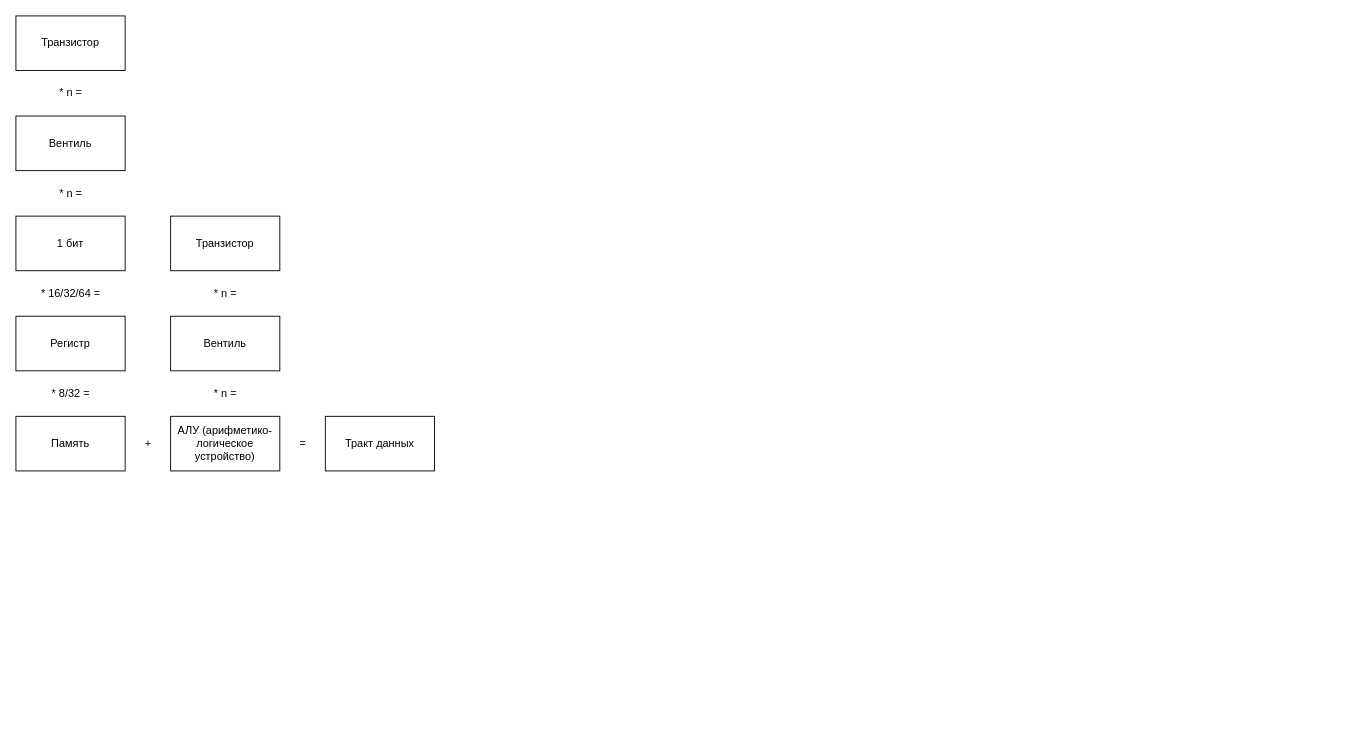
dorozhkoanton/drawios keeps this draw.io diagram as Based.drawio. Above is the earlier version. Source tidied: cells renumbered, new cells numbered last; positions are measured from the earlier drawing's top-left corner, leaving out a move shared by most shapes. Both pictures are drawn from the tidied source at 91%, with x=0, y=0 at pixel (15, 15).
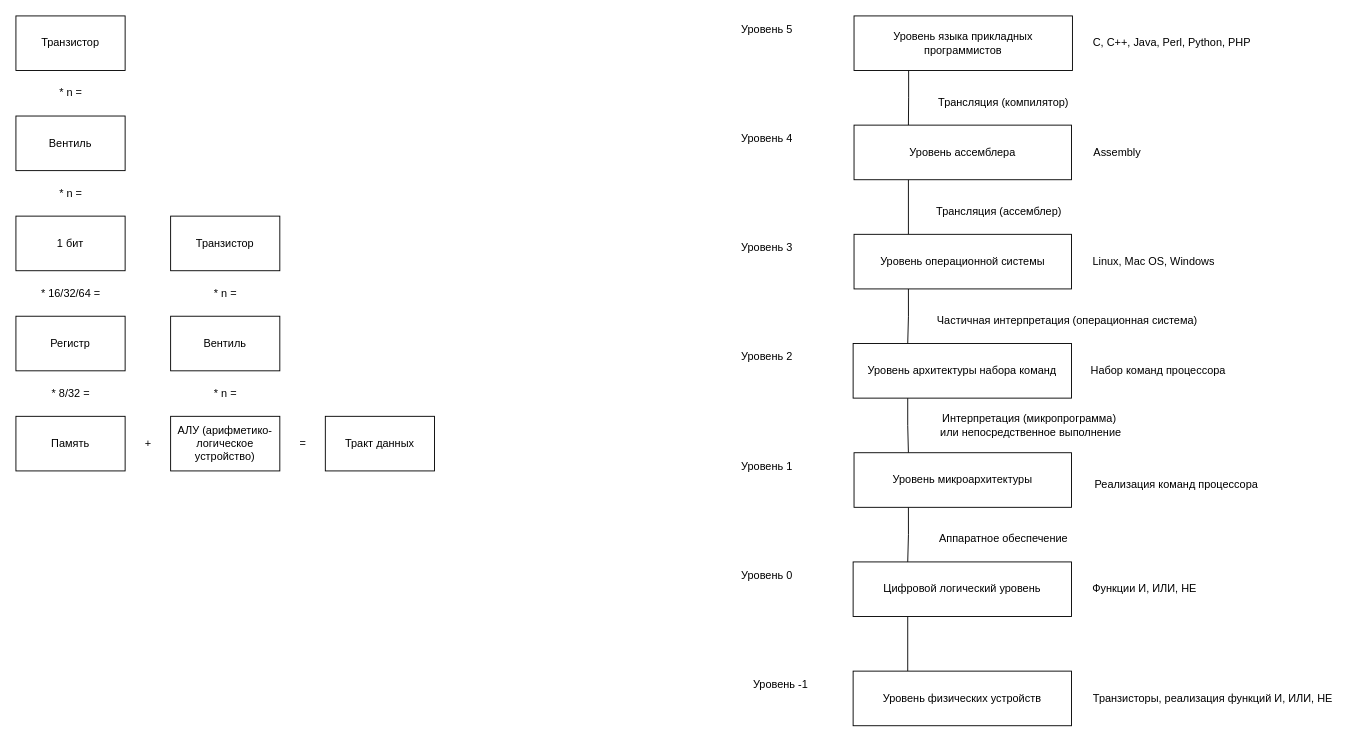
The same page after the edit.

The edit, as a diff of the source:
```diff
@@
+    <mxCell id="19" style="edgeStyle=orthogonalEdgeStyle;rounded=0;jettySize=auto;html=1;exitX=0.25;exitY=1;exitDx=0;exitDy=0;entryX=0.25;entryY=0;entryDx=0;entryDy=0;endArrow=none;endFill=0;" parent="1" edge="1" source="20" target="22">
+      <mxGeometry relative="1" as="geometry" />
+    </mxCell>
+    <mxCell id="20" value="Уровень языка прикладных программистов" style="whiteSpace=wrap;html=1;" parent="1" vertex="1">
+      <mxGeometry x="921" width="240" height="60" as="geometry" />
+    </mxCell>
+    <mxCell id="21" style="edgeStyle=orthogonalEdgeStyle;rounded=0;jettySize=auto;html=1;exitX=0.25;exitY=1;exitDx=0;exitDy=0;entryX=0.25;entryY=0;entryDx=0;entryDy=0;endArrow=none;endFill=0;" parent="1" edge="1" source="22" target="24">
+      <mxGeometry relative="1" as="geometry" />
+    </mxCell>
+    <mxCell id="22" value="Уровень ассемблера" style="whiteSpace=wrap;html=1;" parent="1" vertex="1">
+      <mxGeometry x="921" y="120" width="239" height="60" as="geometry" />
+    </mxCell>
+    <mxCell id="23" style="edgeStyle=orthogonalEdgeStyle;rounded=0;jettySize=auto;html=1;exitX=0.25;exitY=1;exitDx=0;exitDy=0;entryX=0.25;entryY=0;entryDx=0;entryDy=0;endArrow=none;endFill=0;" parent="1" edge="1" source="24" target="26">
+      <mxGeometry relative="1" as="geometry" />
+    </mxCell>
+    <mxCell id="24" value="Уровень операционной системы" style="whiteSpace=wrap;html=1;" parent="1" vertex="1">
+      <mxGeometry x="921" y="240" width="239" height="60" as="geometry" />
+    </mxCell>
+    <mxCell id="25" style="edgeStyle=orthogonalEdgeStyle;rounded=0;jettySize=auto;html=1;exitX=0.25;exitY=1;exitDx=0;exitDy=0;entryX=0.25;entryY=0;entryDx=0;entryDy=0;endArrow=none;endFill=0;" parent="1" edge="1" source="26" target="28">
+      <mxGeometry relative="1" as="geometry" />
+    </mxCell>
+    <mxCell id="26" value="Уровень архитектуры набора команд" style="whiteSpace=wrap;html=1;" parent="1" vertex="1">
+      <mxGeometry x="920" y="360" width="240" height="60" as="geometry" />
+    </mxCell>
+    <mxCell id="27" style="edgeStyle=orthogonalEdgeStyle;rounded=0;jettySize=auto;html=1;exitX=0.25;exitY=1;exitDx=0;exitDy=0;entryX=0.25;entryY=0;entryDx=0;entryDy=0;endArrow=none;endFill=0;" parent="1" edge="1" source="28" target="30">
+      <mxGeometry relative="1" as="geometry" />
+    </mxCell>
+    <mxCell id="28" value="Уровень микроархитектуры" style="whiteSpace=wrap;html=1;" parent="1" vertex="1">
+      <mxGeometry x="921" y="480" width="239" height="60" as="geometry" />
+    </mxCell>
+    <mxCell id="29" style="edgeStyle=orthogonalEdgeStyle;rounded=0;jettySize=auto;html=1;exitX=0.25;exitY=1;exitDx=0;exitDy=0;entryX=0.25;entryY=0;entryDx=0;entryDy=0;endArrow=none;endFill=0;" parent="1" edge="1" source="30" target="48">
+      <mxGeometry relative="1" as="geometry" />
+    </mxCell>
+    <mxCell id="30" value="Цифровой логический уровень" style="whiteSpace=wrap;html=1;" parent="1" vertex="1">
+      <mxGeometry x="920" y="600" width="240" height="60" as="geometry" />
+    </mxCell>
+    <mxCell id="31" value="Уровень 5" style="text;html=1;align=center;verticalAlign=middle;strokeColor=none;fillColor=none;" parent="1" vertex="1">
+      <mxGeometry x="785" width="80" height="30" as="geometry" />
+    </mxCell>
+    <mxCell id="32" value="Уровень 4" style="text;html=1;align=center;verticalAlign=middle;strokeColor=none;fillColor=none;" parent="1" vertex="1">
+      <mxGeometry x="785" y="120" width="80" height="30" as="geometry" />
+    </mxCell>
+    <mxCell id="33" value="Уровень 3" style="text;html=1;align=center;verticalAlign=middle;strokeColor=none;fillColor=none;" parent="1" vertex="1">
+      <mxGeometry x="785" y="240" width="80" height="30" as="geometry" />
+    </mxCell>
+    <mxCell id="34" value="Уровень 2" style="text;html=1;align=center;verticalAlign=middle;strokeColor=none;fillColor=none;" parent="1" vertex="1">
+      <mxGeometry x="785" y="360" width="80" height="30" as="geometry" />
+    </mxCell>
+    <mxCell id="35" value="Уровень 1" style="text;html=1;align=center;verticalAlign=middle;strokeColor=none;fillColor=none;" parent="1" vertex="1">
+      <mxGeometry x="785" y="480" width="80" height="30" as="geometry" />
+    </mxCell>
+    <mxCell id="36" value="Уровень 0" style="text;html=1;align=center;verticalAlign=middle;strokeColor=none;fillColor=none;" parent="1" vertex="1">
+      <mxGeometry x="785" y="600" width="80" height="30" as="geometry" />
+    </mxCell>
+    <mxCell id="37" value="Трансляция (компилятор)" style="text;html=1;align=center;verticalAlign=middle;strokeColor=none;fillColor=none;" parent="1" vertex="1">
+      <mxGeometry x="1000" y="80" width="170" height="30" as="geometry" />
+    </mxCell>
+    <mxCell id="38" value="Трансляция (ассемблер)" style="text;html=1;align=center;verticalAlign=middle;strokeColor=none;fillColor=none;" parent="1" vertex="1">
+      <mxGeometry x="1000" y="200" width="160" height="30" as="geometry" />
+    </mxCell>
+    <mxCell id="39" value="Частичная интерпретация (операционная система)" style="text;html=1;align=center;verticalAlign=middle;strokeColor=none;fillColor=none;" parent="1" vertex="1">
+      <mxGeometry x="1000" y="320" width="310" height="30" as="geometry" />
+    </mxCell>
+    <mxCell id="40" value="Интерпретация (микропрограмма)&amp;nbsp;&lt;div&gt;или непосредственное выполнение&lt;/div&gt;" style="text;html=1;align=center;verticalAlign=middle;strokeColor=none;fillColor=none;" parent="1" vertex="1">
+      <mxGeometry x="1000" y="430" width="230" height="40" as="geometry" />
+    </mxCell>
+    <mxCell id="41" value="Аппаратное обеспечение" style="text;html=1;align=center;verticalAlign=middle;strokeColor=none;fillColor=none;" parent="1" vertex="1">
+      <mxGeometry x="1000" y="560" width="170" height="30" as="geometry" />
+    </mxCell>
+    <mxCell id="42" value="C, C++, Java, Perl, Python, PHP" style="text;html=1;align=center;verticalAlign=middle;strokeColor=none;fillColor=none;" parent="1" vertex="1">
+      <mxGeometry x="1170" y="15" width="200" height="30" as="geometry" />
+    </mxCell>
+    <mxCell id="43" value="Assembly" style="text;html=1;align=center;verticalAlign=middle;strokeColor=none;fillColor=none;" parent="1" vertex="1">
+      <mxGeometry x="1170" y="135" width="80" height="30" as="geometry" />
+    </mxCell>
+    <mxCell id="44" value="Linux, Mac OS, Windows" style="text;html=1;align=center;verticalAlign=middle;strokeColor=none;fillColor=none;" parent="1" vertex="1">
+      <mxGeometry x="1170" y="255" width="160" height="30" as="geometry" />
+    </mxCell>
+    <mxCell id="45" value="Набор команд процессора" style="text;html=1;align=center;verticalAlign=middle;strokeColor=none;fillColor=none;" parent="1" vertex="1">
+      <mxGeometry x="1170" y="375" width="170" height="30" as="geometry" />
+    </mxCell>
+    <mxCell id="46" value="Реализация команд процессора" style="text;html=1;align=center;verticalAlign=middle;strokeColor=none;fillColor=none;" parent="1" vertex="1">
+      <mxGeometry x="1170" y="500" width="210" height="30" as="geometry" />
+    </mxCell>
+    <mxCell id="47" value="Функции И, ИЛИ, НЕ" style="text;html=1;align=center;verticalAlign=middle;strokeColor=none;fillColor=none;" parent="1" vertex="1">
+      <mxGeometry x="1170" y="615" width="140" height="30" as="geometry" />
+    </mxCell>
+    <mxCell id="48" value="Уровень физических устройств" style="whiteSpace=wrap;html=1;" parent="1" vertex="1">
+      <mxGeometry x="920" y="720" width="240" height="60" as="geometry" />
+    </mxCell>
+    <mxCell id="49" value="Уровень -1" style="text;html=1;align=center;verticalAlign=middle;strokeColor=none;fillColor=none;" parent="1" vertex="1">
+      <mxGeometry x="800" y="720" width="80" height="30" as="geometry" />
+    </mxCell>
+    <mxCell id="50" value="Транзисторы, реализация функций И, ИЛИ, НЕ" style="text;html=1;align=center;verticalAlign=middle;strokeColor=none;fillColor=none;" parent="1" vertex="1">
+      <mxGeometry x="1170" y="735" width="290" height="30" as="geometry" />
+    </mxCell>
```
